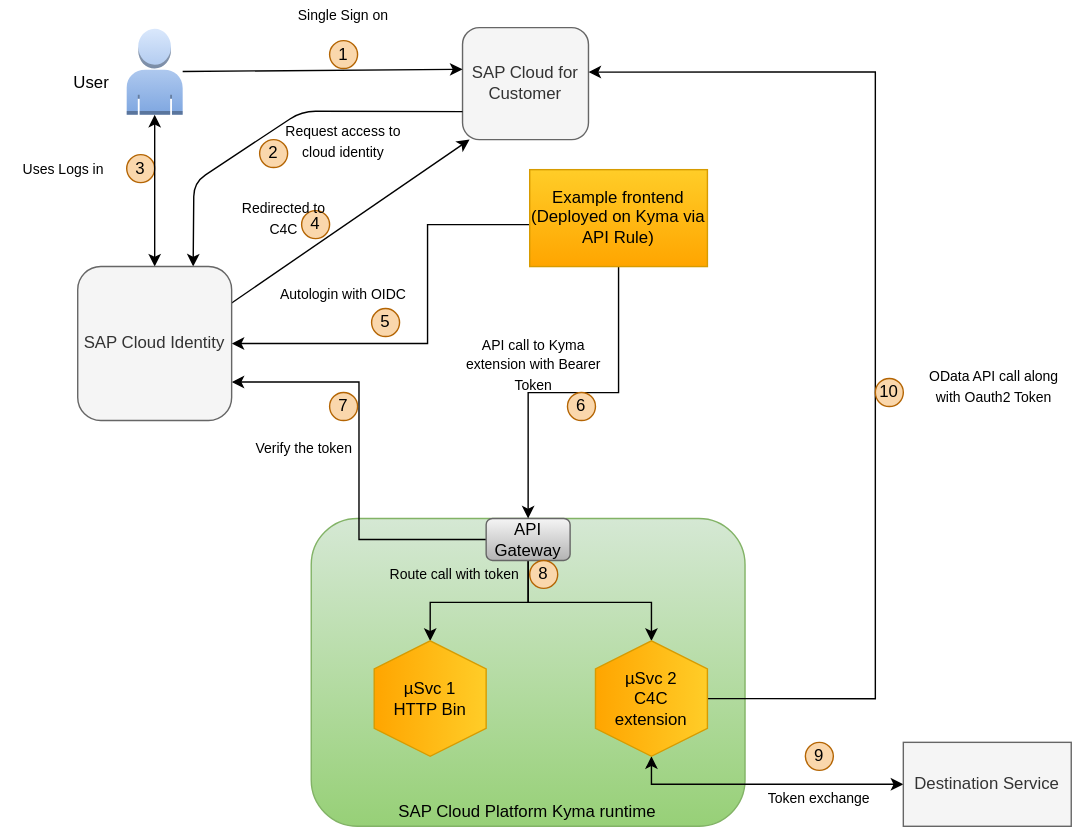
SAP-samples/kyma-runtime-extension-samples keeps this draw.io diagram as user-propagation/assets/identity-propagation-flow.svg. Above is the earlier version. Source tidied: cells renumbered, new cells last; positions are measured from the earlier drawing's top-left corner, leaving out a move shared by most shapes.
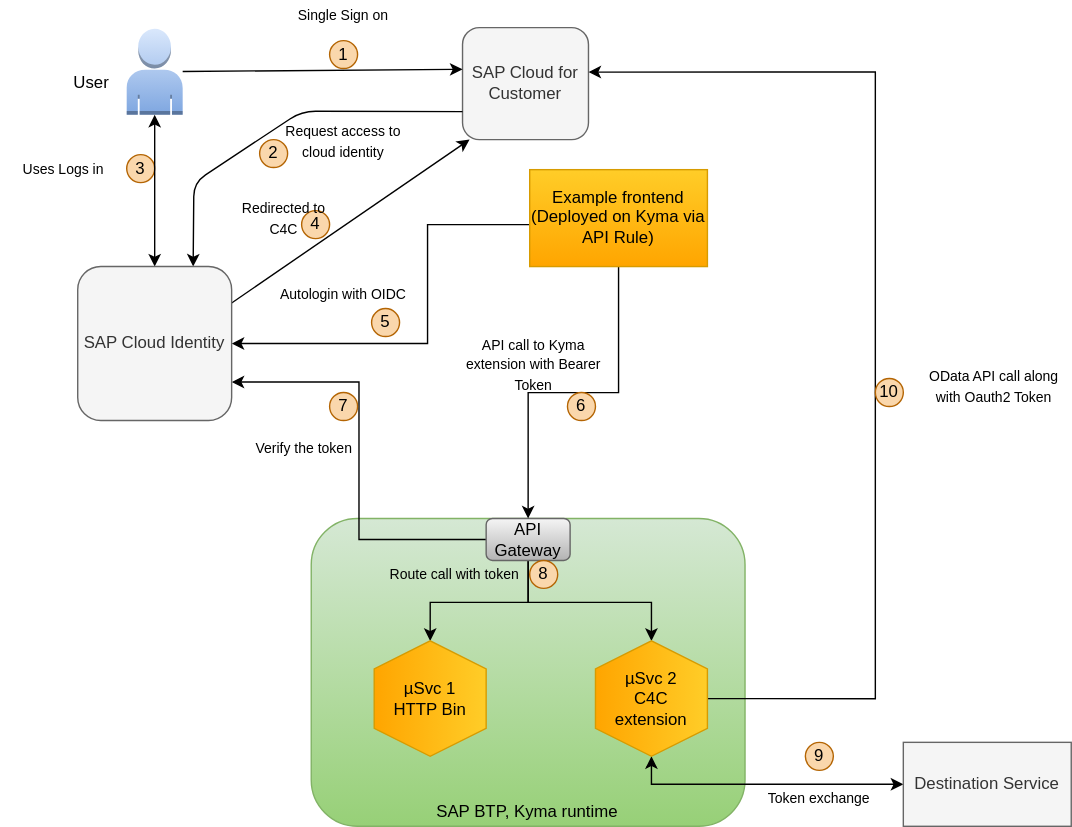
Above is the later version.

Change to the diagram source:
```diff
@@ -116,7 +116,7 @@
     <mxCell id="30" value="5" style="ellipse;whiteSpace=wrap;html=1;fillColor=#fad7ac;strokeColor=#b46504;" parent="1" vertex="1">
       <mxGeometry x="265" y="220" width="20" height="20" as="geometry" />
     </mxCell>
-    <mxCell id="31" value="SAP Cloud Platform Kyma runtime" style="text;html=1;strokeColor=none;fillColor=none;align=center;verticalAlign=middle;whiteSpace=wrap;rounded=0;" parent="1" vertex="1">
+    <mxCell id="31" value="SAP BTP, Kyma runtime" style="text;html=1;strokeColor=none;fillColor=none;align=center;verticalAlign=middle;whiteSpace=wrap;rounded=0;" parent="1" vertex="1">
       <mxGeometry x="276.3" y="570" width="201.2" height="20" as="geometry" />
     </mxCell>
     <mxCell id="32" value="10" style="ellipse;whiteSpace=wrap;html=1;fillColor=#fad7ac;strokeColor=#b46504;" parent="1" vertex="1">
```
